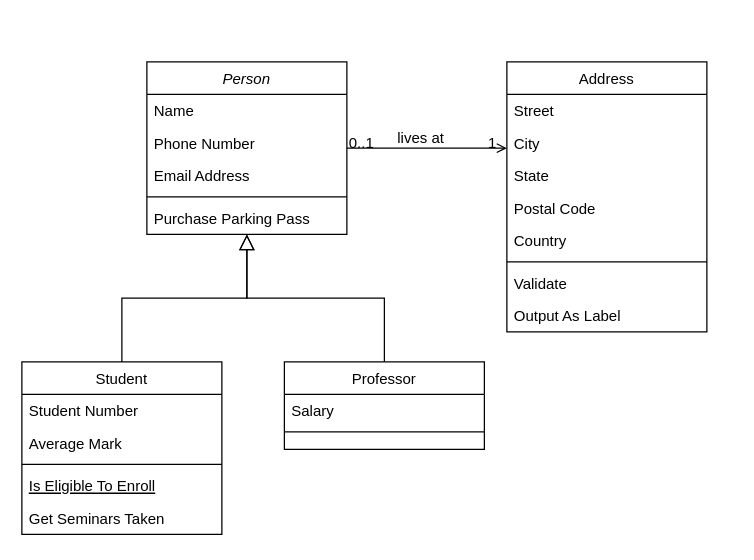
Above: Диаграмма без названия.drawio in ONIXOt0p/Web (draw.io), before the change. Source tidied: cells renumbered, new cells numbered last; positions are measured from the earlier drawing's top-left corner, leaving out a move shared by most shapes. Both pictures are drawn from the tidied source at 125%, with x=0, y=0 at pixel (21, 61).
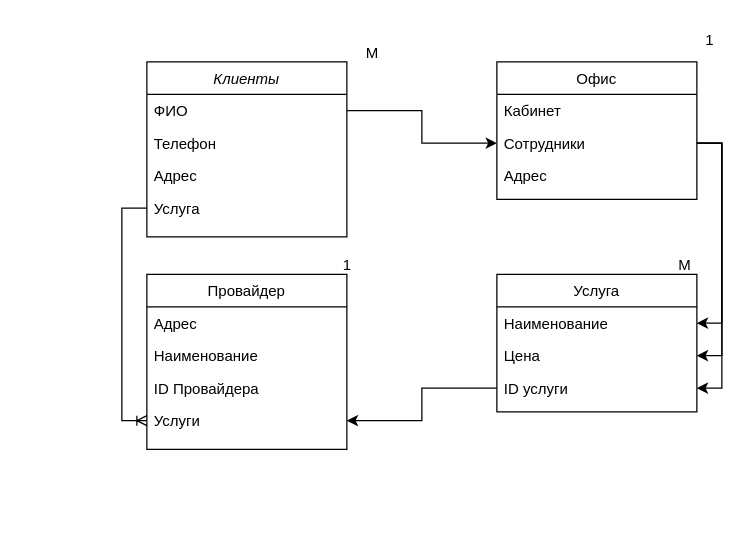
The same page after the edit.

The edit, as a diff of the source:
```diff
@@
-    <mxCell id="2" value="Person" style="swimlane;fontStyle=2;align=center;verticalAlign=top;horizontal=1;startSize=26;rounded=0;shadow=0;strokeWidth=1;" parent="1" vertex="1">
-      <mxGeometry x="100" width="160" height="138" as="geometry" />
+    <mxCell id="2" value="Клиенты" style="swimlane;fontStyle=2;align=center;verticalAlign=top;horizontal=1;startSize=26;rounded=0;shadow=0;strokeWidth=1;" parent="1" vertex="1">
+      <mxGeometry x="100" width="160" height="140" as="geometry" />
     </mxCell>
-    <mxCell id="3" value="Name" style="text;align=left;verticalAlign=top;spacingLeft=4;spacingRight=4;overflow=hidden;points=[[0,0.5],[1,0.5]];portConstraint=eastwest;" parent="2" vertex="1">
+    <mxCell id="3" value="ФИО" style="text;align=left;verticalAlign=top;spacingLeft=4;spacingRight=4;overflow=hidden;points=[[0,0.5],[1,0.5]];portConstraint=eastwest;" parent="2" vertex="1">
       <mxGeometry y="26" width="160" height="26" as="geometry" />
     </mxCell>
-    <mxCell id="4" value="Phone Number" style="text;align=left;verticalAlign=top;spacingLeft=4;spacingRight=4;overflow=hidden;rounded=0;shadow=0;html=0;" parent="2" vertex="1">
+    <mxCell id="4" value="Телефон" style="text;align=left;verticalAlign=top;spacingLeft=4;spacingRight=4;overflow=hidden;rounded=0;shadow=0;html=0;" parent="2" vertex="1">
       <mxGeometry y="52" width="160" height="26" as="geometry" />
     </mxCell>
-    <mxCell id="5" value="Email Address" style="text;align=left;verticalAlign=top;spacingLeft=4;spacingRight=4;overflow=hidden;rounded=0;shadow=0;html=0;" parent="2" vertex="1">
+    <mxCell id="5" value="Адрес" style="text;align=left;verticalAlign=top;spacingLeft=4;spacingRight=4;overflow=hidden;rounded=0;shadow=0;html=0;" parent="2" vertex="1">
       <mxGeometry y="78" width="160" height="26" as="geometry" />
     </mxCell>
-    <mxCell id="6" style="line;html=1;strokeWidth=1;align=left;verticalAlign=middle;spacingTop=-1;spacingLeft=3;spacingRight=3;labelPosition=right;" parent="2" vertex="1">
-      <mxGeometry y="104" width="160" height="8" as="geometry" />
-    </mxCell>
-    <mxCell id="7" value="Purchase Parking Pass" style="text;align=left;verticalAlign=top;spacingLeft=4;spacingRight=4;overflow=hidden;points=[[0,0.5],[1,0.5]];portConstraint=eastwest;" parent="2" vertex="1">
-      <mxGeometry y="112" width="160" height="26" as="geometry" />
+    <mxCell id="7" value="Услуга" style="text;align=left;verticalAlign=top;spacingLeft=4;spacingRight=4;overflow=hidden;points=[[0,0.5],[1,0.5]];portConstraint=eastwest;" parent="2" vertex="1">
+      <mxGeometry y="104" width="160" height="26" as="geometry" />
     </mxCell>
-    <mxCell id="8" value="Student" style="swimlane;fontStyle=0;align=center;verticalAlign=top;horizontal=1;startSize=26;rounded=0;shadow=0;strokeWidth=1;" parent="1" vertex="1">
-      <mxGeometry y="240" width="160" height="138" as="geometry" />
+    <mxCell id="8" value="Услуга" style="swimlane;fontStyle=0;align=center;verticalAlign=top;horizontal=1;startSize=26;rounded=0;shadow=0;strokeWidth=1;" parent="1" vertex="1">
+      <mxGeometry x="380" y="170" width="160" height="110" as="geometry" />
     </mxCell>
-    <mxCell id="9" value="Student Number" style="text;align=left;verticalAlign=top;spacingLeft=4;spacingRight=4;overflow=hidden;points=[[0,0.5],[1,0.5]];portConstraint=eastwest;" parent="8" vertex="1">
+    <mxCell id="9" value="Наименование" style="text;align=left;verticalAlign=top;spacingLeft=4;spacingRight=4;overflow=hidden;points=[[0,0.5],[1,0.5]];portConstraint=eastwest;" parent="8" vertex="1">
       <mxGeometry y="26" width="160" height="26" as="geometry" />
     </mxCell>
-    <mxCell id="10" value="Average Mark" style="text;align=left;verticalAlign=top;spacingLeft=4;spacingRight=4;overflow=hidden;points=[[0,0.5],[1,0.5]];portConstraint=eastwest;rounded=0;shadow=0;html=0;" parent="8" vertex="1">
+    <mxCell id="10" value="Цена" style="text;align=left;verticalAlign=top;spacingLeft=4;spacingRight=4;overflow=hidden;points=[[0,0.5],[1,0.5]];portConstraint=eastwest;rounded=0;shadow=0;html=0;" parent="8" vertex="1">
       <mxGeometry y="52" width="160" height="26" as="geometry" />
     </mxCell>
-    <mxCell id="11" style="line;html=1;strokeWidth=1;align=left;verticalAlign=middle;spacingTop=-1;spacingLeft=3;spacingRight=3;labelPosition=right;" parent="8" vertex="1">
-      <mxGeometry y="78" width="160" height="8" as="geometry" />
-    </mxCell>
-    <mxCell id="12" value="Is Eligible To Enroll" style="text;align=left;verticalAlign=top;spacingLeft=4;spacingRight=4;overflow=hidden;fontStyle=4;" parent="8" vertex="1">
-      <mxGeometry y="86" width="160" height="26" as="geometry" />
-    </mxCell>
-    <mxCell id="13" value="Get Seminars Taken" style="text;align=left;verticalAlign=top;spacingLeft=4;spacingRight=4;overflow=hidden;" parent="8" vertex="1">
-      <mxGeometry y="112" width="160" height="26" as="geometry" />
-    </mxCell>
-    <mxCell id="14" style="endArrow=block;endSize=10;endFill=0;shadow=0;strokeWidth=1;rounded=0;curved=0;edgeStyle=elbowEdgeStyle;elbow=vertical;" parent="1" edge="1" source="8" target="2">
-      <mxGeometry relative="1" as="geometry" />
-    </mxCell>
+    <mxCell id="32" value="ID услуги" style="text;align=left;verticalAlign=top;spacingLeft=4;spacingRight=4;overflow=hidden;points=[[0,0.5],[1,0.5]];portConstraint=eastwest;rounded=0;shadow=0;html=0;" parent="8" vertex="1">
+      <mxGeometry y="78" width="160" height="26" as="geometry" />
+    </mxCell>
-    <mxCell id="15" value="Professor" style="swimlane;fontStyle=0;align=center;verticalAlign=top;horizontal=1;startSize=26;rounded=0;shadow=0;strokeWidth=1;" parent="1" vertex="1">
-      <mxGeometry x="210" y="240" width="160" height="70" as="geometry" />
+    <mxCell id="15" value="Офис" style="swimlane;fontStyle=0;align=center;verticalAlign=top;horizontal=1;startSize=26;rounded=0;shadow=0;strokeWidth=1;" parent="1" vertex="1">
+      <mxGeometry x="380" width="160" height="110" as="geometry" />
     </mxCell>
-    <mxCell id="16" value="Salary" style="text;align=left;verticalAlign=top;spacingLeft=4;spacingRight=4;overflow=hidden;" parent="15" vertex="1">
+    <mxCell id="16" value="Кабинет" style="text;align=left;verticalAlign=top;spacingLeft=4;spacingRight=4;overflow=hidden;" parent="15" vertex="1">
       <mxGeometry y="26" width="160" height="26" as="geometry" />
     </mxCell>
-    <mxCell id="17" style="line;html=1;strokeWidth=1;align=left;verticalAlign=middle;spacingTop=-1;spacingLeft=3;spacingRight=3;labelPosition=right;" parent="15" vertex="1">
-      <mxGeometry y="52" width="160" height="8" as="geometry" />
-    </mxCell>
-    <mxCell id="18" style="endArrow=block;endSize=10;endFill=0;shadow=0;strokeWidth=1;rounded=0;curved=0;edgeStyle=elbowEdgeStyle;elbow=vertical;" parent="1" edge="1" source="15" target="2">
-      <mxGeometry relative="1" as="geometry" />
-    </mxCell>
+    <mxCell id="33" value="Сотрудники" style="text;align=left;verticalAlign=top;spacingLeft=4;spacingRight=4;overflow=hidden;points=[[0,0.5],[1,0.5]];portConstraint=eastwest;" parent="15" vertex="1">
+      <mxGeometry y="52" width="160" height="26" as="geometry" />
+    </mxCell>
+    <mxCell id="34" value="Адрес" style="text;align=left;verticalAlign=top;spacingLeft=4;spacingRight=4;overflow=hidden;" parent="15" vertex="1">
+      <mxGeometry y="78" width="160" height="26" as="geometry" />
+    </mxCell>
-    <mxCell id="19" value="Address" style="swimlane;fontStyle=0;align=center;verticalAlign=top;horizontal=1;startSize=26;rounded=0;shadow=0;strokeWidth=1;" parent="1" vertex="1">
-      <mxGeometry x="388" width="160" height="216" as="geometry" />
+    <mxCell id="19" value="Провайдер" style="swimlane;fontStyle=0;align=center;verticalAlign=top;horizontal=1;startSize=26;rounded=0;shadow=0;strokeWidth=1;" parent="1" vertex="1">
+      <mxGeometry x="100" y="170" width="160" height="140" as="geometry" />
     </mxCell>
-    <mxCell id="20" value="Street" style="text;align=left;verticalAlign=top;spacingLeft=4;spacingRight=4;overflow=hidden;" parent="19" vertex="1">
+    <mxCell id="20" value="Адрес" style="text;align=left;verticalAlign=top;spacingLeft=4;spacingRight=4;overflow=hidden;" parent="19" vertex="1">
       <mxGeometry y="26" width="160" height="26" as="geometry" />
     </mxCell>
-    <mxCell id="21" value="City" style="text;align=left;verticalAlign=top;spacingLeft=4;spacingRight=4;overflow=hidden;rounded=0;shadow=0;html=0;" parent="19" vertex="1">
+    <mxCell id="21" value="Наименование" style="text;align=left;verticalAlign=top;spacingLeft=4;spacingRight=4;overflow=hidden;rounded=0;shadow=0;html=0;" parent="19" vertex="1">
       <mxGeometry y="52" width="160" height="26" as="geometry" />
     </mxCell>
-    <mxCell id="22" value="State" style="text;align=left;verticalAlign=top;spacingLeft=4;spacingRight=4;overflow=hidden;rounded=0;shadow=0;html=0;" parent="19" vertex="1">
+    <mxCell id="22" value="ID Провайдера" style="text;align=left;verticalAlign=top;spacingLeft=4;spacingRight=4;overflow=hidden;rounded=0;shadow=0;html=0;" parent="19" vertex="1">
       <mxGeometry y="78" width="160" height="26" as="geometry" />
     </mxCell>
-    <mxCell id="23" value="Postal Code" style="text;align=left;verticalAlign=top;spacingLeft=4;spacingRight=4;overflow=hidden;points=[[0,0.5],[1,0.5]];portConstraint=eastwest;rounded=0;shadow=0;html=0;" parent="19" vertex="1">
+    <mxCell id="23" value="Услуги" style="text;align=left;verticalAlign=top;spacingLeft=4;spacingRight=4;overflow=hidden;points=[[0,0.5],[1,0.5]];portConstraint=eastwest;rounded=0;shadow=0;html=0;" parent="19" vertex="1">
       <mxGeometry y="104" width="160" height="26" as="geometry" />
     </mxCell>
-    <mxCell id="24" value="Country" style="text;align=left;verticalAlign=top;spacingLeft=4;spacingRight=4;overflow=hidden;rounded=0;shadow=0;html=0;" parent="19" vertex="1">
-      <mxGeometry y="130" width="160" height="26" as="geometry" />
-    </mxCell>
-    <mxCell id="25" style="line;html=1;strokeWidth=1;align=left;verticalAlign=middle;spacingTop=-1;spacingLeft=3;spacingRight=3;labelPosition=right;" parent="19" vertex="1">
-      <mxGeometry y="156" width="160" height="8" as="geometry" />
-    </mxCell>
-    <mxCell id="26" value="Validate" style="text;align=left;verticalAlign=top;spacingLeft=4;spacingRight=4;overflow=hidden;" parent="19" vertex="1">
-      <mxGeometry y="164" width="160" height="26" as="geometry" />
-    </mxCell>
-    <mxCell id="27" value="Output As Label" style="text;align=left;verticalAlign=top;spacingLeft=4;spacingRight=4;overflow=hidden;" parent="19" vertex="1">
-      <mxGeometry y="190" width="160" height="26" as="geometry" />
-    </mxCell>
-    <mxCell id="28" style="endArrow=open;shadow=0;strokeWidth=1;rounded=0;curved=0;endFill=1;edgeStyle=elbowEdgeStyle;elbow=vertical;" parent="1" edge="1" source="2" target="19">
-      <mxGeometry x="0.5" y="41" relative="1" as="geometry">
-        <mxPoint x="-40" y="32" as="offset" />
-      </mxGeometry>
-    </mxCell>
-    <mxCell id="29" value="0..1" style="align=left;verticalAlign=bottom;labelBackgroundColor=none;fontSize=12;" parent="28" vertex="1">
-      <mxGeometry x="-1" relative="1" as="geometry">
-        <mxPoint y="4" as="offset" />
-      </mxGeometry>
-    </mxCell>
-    <mxCell id="30" value="1" style="align=right;verticalAlign=bottom;labelBackgroundColor=none;fontSize=12;" parent="28" vertex="1">
-      <mxGeometry x="1" relative="1" as="geometry">
-        <mxPoint x="-7" y="4" as="offset" />
-      </mxGeometry>
-    </mxCell>
-    <mxCell id="31" value="lives at" style="text;html=1;align=center;verticalAlign=middle;labelBackgroundColor=none;rounded=0;shadow=0;strokeWidth=1;fontSize=12;" parent="28" vertex="1">
-      <mxGeometry x="0.5" y="49" relative="1" as="geometry">
-        <mxPoint x="-38" y="40" as="offset" />
-      </mxGeometry>
-    </mxCell>
+    <mxCell id="35" style="edgeStyle=orthogonalEdgeStyle;rounded=0;jettySize=auto;html=1;exitX=0;exitY=0.5;exitDx=0;exitDy=0;entryX=0;entryY=0.5;entryDx=0;entryDy=0;endArrow=ERoneToMany;endFill=0;" parent="1" edge="1" source="7" target="23">
+      <mxGeometry relative="1" as="geometry" />
+    </mxCell>
+    <mxCell id="36" style="edgeStyle=orthogonalEdgeStyle;rounded=0;jettySize=auto;html=1;exitX=1;exitY=0.5;exitDx=0;exitDy=0;" parent="1" edge="1" source="3" target="33">
+      <mxGeometry relative="1" as="geometry" />
+    </mxCell>
+    <mxCell id="37" style="edgeStyle=orthogonalEdgeStyle;rounded=0;jettySize=auto;html=1;exitX=1;exitY=0.5;exitDx=0;exitDy=0;entryX=1;entryY=0.5;entryDx=0;entryDy=0;" parent="1" edge="1" source="33" target="9">
+      <mxGeometry relative="1" as="geometry" />
+    </mxCell>
+    <mxCell id="38" style="edgeStyle=orthogonalEdgeStyle;rounded=0;jettySize=auto;html=1;exitX=1;exitY=0.5;exitDx=0;exitDy=0;entryX=1;entryY=0.5;entryDx=0;entryDy=0;" parent="1" edge="1" source="33" target="32">
+      <mxGeometry relative="1" as="geometry" />
+    </mxCell>
+    <mxCell id="39" style="edgeStyle=orthogonalEdgeStyle;rounded=0;jettySize=auto;html=1;exitX=1;exitY=0.5;exitDx=0;exitDy=0;entryX=1;entryY=0.5;entryDx=0;entryDy=0;" parent="1" edge="1" source="33" target="10">
+      <mxGeometry relative="1" as="geometry" />
+    </mxCell>
+    <mxCell id="40" style="edgeStyle=orthogonalEdgeStyle;rounded=0;jettySize=auto;html=1;exitX=0;exitY=0.5;exitDx=0;exitDy=0;entryX=1;entryY=0.5;entryDx=0;entryDy=0;" parent="1" edge="1" source="32" target="23">
+      <mxGeometry relative="1" as="geometry" />
+    </mxCell>
+    <mxCell id="41" value="M" style="text;html=1;align=center;verticalAlign=middle;strokeColor=none;fillColor=none;" parent="1" vertex="1">
+      <mxGeometry x="265" y="-22" width="30" height="30" as="geometry" />
+    </mxCell>
+    <mxCell id="42" value="1" style="text;html=1;align=center;verticalAlign=middle;strokeColor=none;fillColor=none;" parent="1" vertex="1">
+      <mxGeometry x="535" y="-32" width="30" height="30" as="geometry" />
+    </mxCell>
+    <mxCell id="43" value="M" style="text;html=1;align=center;verticalAlign=middle;strokeColor=none;fillColor=none;" parent="1" vertex="1">
+      <mxGeometry x="515" y="148" width="30" height="30" as="geometry" />
+    </mxCell>
+    <mxCell id="44" value="1" style="text;html=1;align=center;verticalAlign=middle;strokeColor=none;fillColor=none;" parent="1" vertex="1">
+      <mxGeometry x="245" y="148" width="30" height="30" as="geometry" />
+    </mxCell>
```
